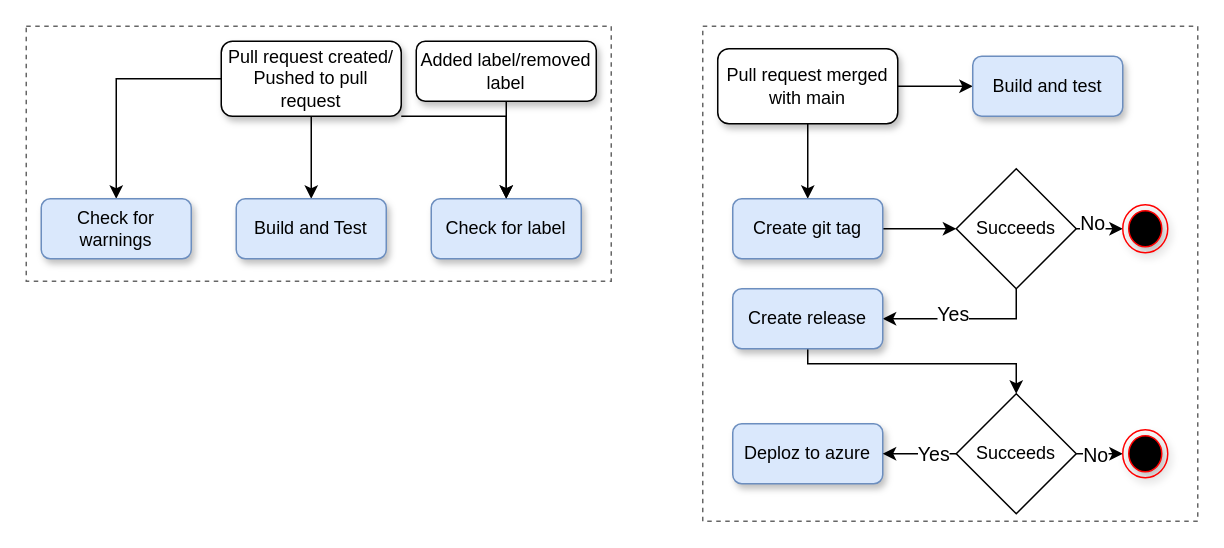
Before: docs/models/GithubWorkflows/WorkflowConnectionDiagram.drawio in ITU-BDSA2024-GROUP10/Chirp, a draw.io diagram. Source tidied: cells renumbered, new cells numbered last; positions are measured from the earlier drawing's top-left corner, leaving out a move shared by most shapes. Both pictures are drawn from the tidied source at 150%, with x=0, y=0 at pixel (26, 26).
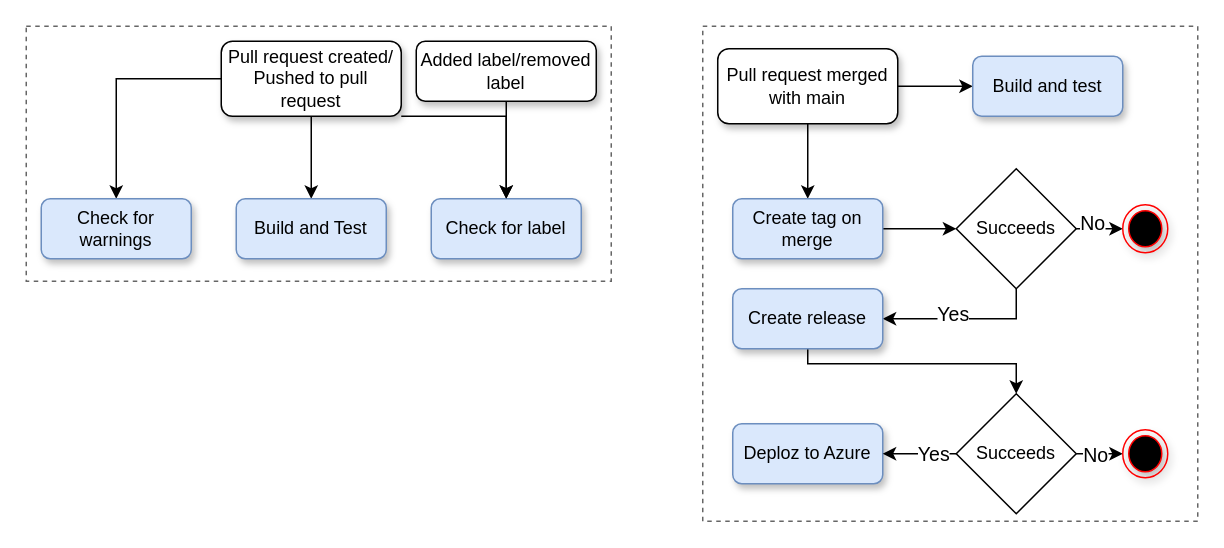
Above is the later version.

Change to the diagram source:
```diff
@@
-    <mxCell id="17" value="Create git tag" style="rounded=1;whiteSpace=wrap;html=1;fillColor=#dae8fc;strokeColor=#6c8ebf;shadow=1;" parent="1" vertex="1">
+    <mxCell id="17" value="Create tag on merge" style="rounded=1;whiteSpace=wrap;html=1;fillColor=#dae8fc;strokeColor=#6c8ebf;shadow=1;" parent="1" vertex="1">
       <mxGeometry x="471" y="115" width="100" height="40" as="geometry" />
     </mxCell>
@@
-    <mxCell id="26" value="Deploz to azure" style="rounded=1;whiteSpace=wrap;html=1;fillColor=#dae8fc;strokeColor=#6c8ebf;shadow=1;" parent="1" vertex="1">
+    <mxCell id="26" value="Deploz to Azure" style="rounded=1;whiteSpace=wrap;html=1;fillColor=#dae8fc;strokeColor=#6c8ebf;shadow=1;" parent="1" vertex="1">
       <mxGeometry x="471" y="265" width="100" height="40" as="geometry" />
     </mxCell>
```
